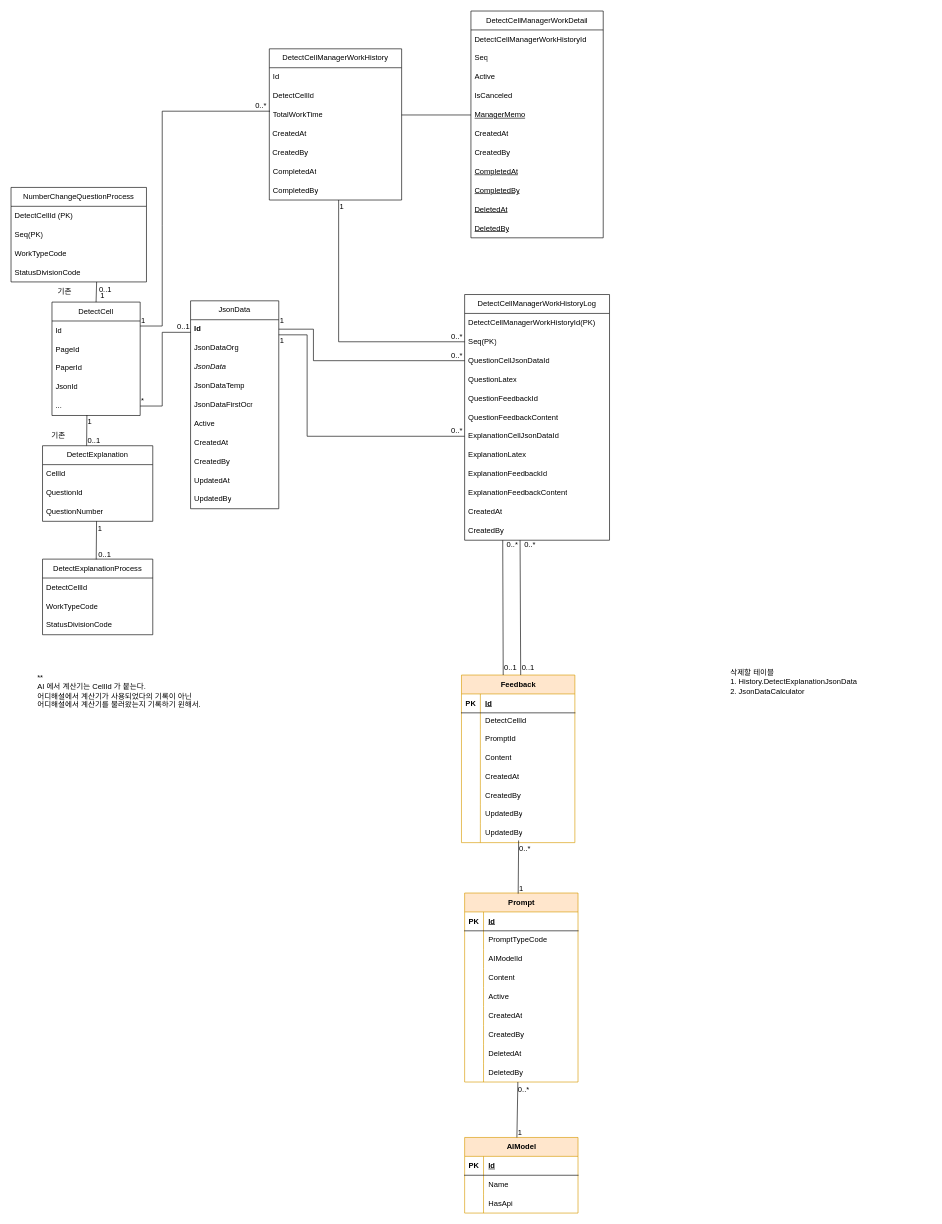
Earlier version of the draw.io diagram 해설계산기.drawio (hyeonzx/Explanation_Calculator). Source tidied: cells renumbered, new cells numbered last; positions are measured from the earlier drawing's top-left corner, leaving out a move shared by most shapes. Both pictures are drawn from the tidied source at 63%, with x=0, y=0 at pixel (11, 11).
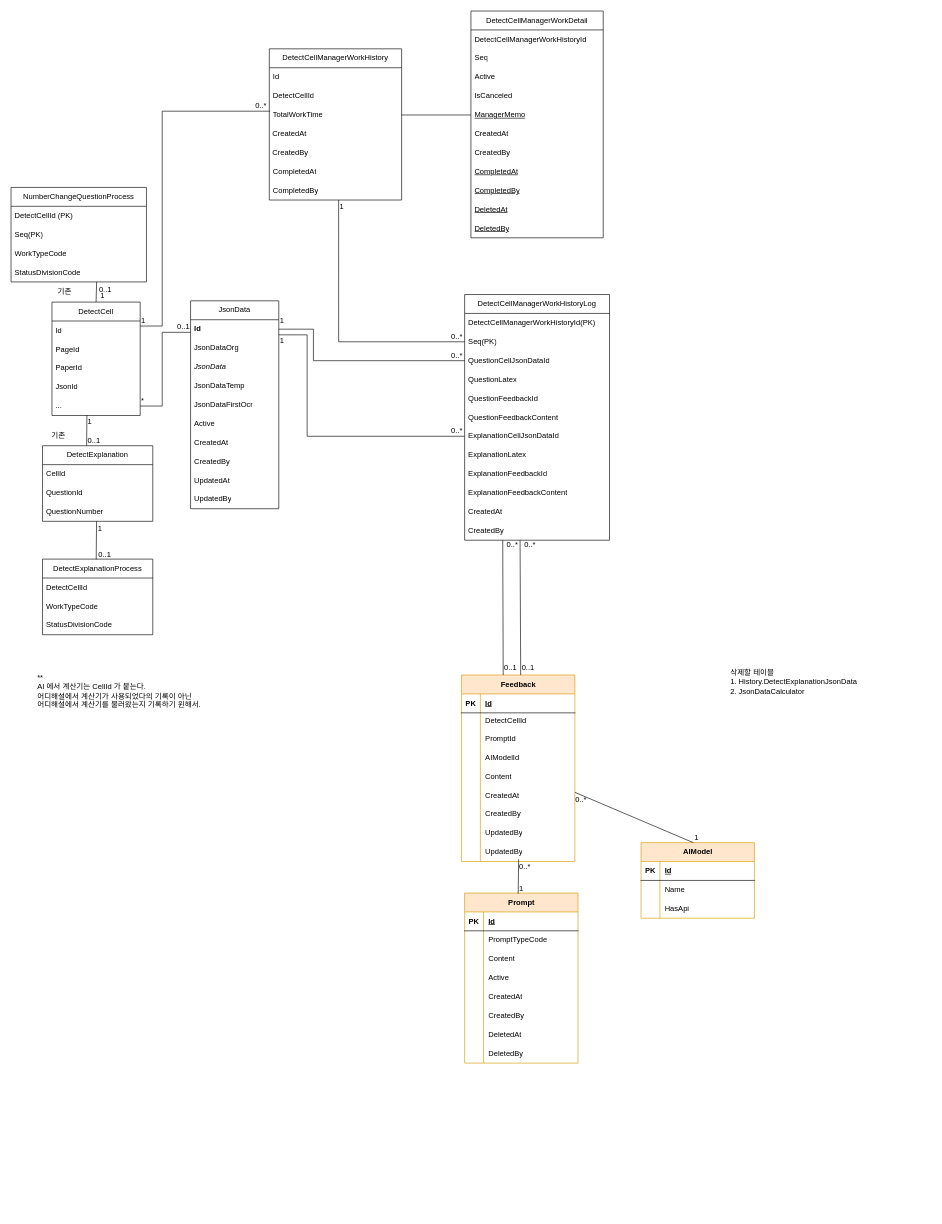
Above is the later version.

Commit message:
해설계산기.drawio 업데이트

Diff of the diagram source:
```diff
@@
     <mxCell id="77" value="Feedback" style="shape=table;startSize=30;childLayout=tableLayout;rowLines=0;fontStyle=1;align=center;html=1;fillColor=#ffe6cc;strokeColor=#d79b00;" parent="1" vertex="1">
-      <mxGeometry x="715" y="1054" width="180" height="266" as="geometry" />
+      <mxGeometry x="715" y="1054" width="180" height="296" as="geometry" />
     </mxCell>
@@
+    <mxCell id="169" style="shape=tableRow;horizontal=0;startSize=0;swimlaneHead=0;swimlaneBody=0;fillColor=none;top=0;left=0;right=0;bottom=0;" parent="77" vertex="1">
+      <mxGeometry y="116" width="180" height="30" as="geometry" />
+    </mxCell>
+    <mxCell id="110" style="shape=partialRectangle;fillColor=none;top=0;left=0;bottom=0;right=0;overflow=hidden;whiteSpace=wrap;html=1;" parent="169" vertex="1">
+      <mxGeometry width="30" height="30" as="geometry" />
+    </mxCell>
+    <mxCell id="111" value="AIModelId" style="shape=partialRectangle;fillColor=none;top=0;left=0;bottom=0;right=0;align=left;spacingLeft=6;overflow=hidden;whiteSpace=wrap;html=1;" parent="169" vertex="1">
+      <mxGeometry x="30" width="150" height="30" as="geometry" />
+    </mxCell>
     <mxCell id="87" style="shape=tableRow;horizontal=0;startSize=0;swimlaneHead=0;swimlaneBody=0;fillColor=none;top=0;left=0;right=0;bottom=0;" parent="77" vertex="1">
-      <mxGeometry y="116" width="180" height="30" as="geometry" />
+      <mxGeometry y="146" width="180" height="30" as="geometry" />
     </mxCell>
@@
     <mxCell id="90" style="shape=tableRow;horizontal=0;startSize=0;swimlaneHead=0;swimlaneBody=0;fillColor=none;top=0;left=0;right=0;bottom=0;" parent="77" vertex="1">
-      <mxGeometry y="146" width="180" height="30" as="geometry" />
+      <mxGeometry y="176" width="180" height="30" as="geometry" />
     </mxCell>
@@
     <mxCell id="93" style="shape=tableRow;horizontal=0;startSize=0;swimlaneHead=0;swimlaneBody=0;fillColor=none;top=0;left=0;right=0;bottom=0;" parent="77" vertex="1">
-      <mxGeometry y="176" width="180" height="30" as="geometry" />
+      <mxGeometry y="206" width="180" height="30" as="geometry" />
     </mxCell>
@@
     <mxCell id="96" style="shape=tableRow;horizontal=0;startSize=0;swimlaneHead=0;swimlaneBody=0;fillColor=none;top=0;left=0;right=0;bottom=0;" parent="77" vertex="1">
-      <mxGeometry y="206" width="180" height="30" as="geometry" />
+      <mxGeometry y="236" width="180" height="30" as="geometry" />
     </mxCell>
@@
     <mxCell id="99" style="shape=tableRow;horizontal=0;startSize=0;swimlaneHead=0;swimlaneBody=0;fillColor=none;points=[[0,0.5],[1,0.5]];portConstraint=eastwest;top=0;left=0;right=0;bottom=0;" parent="77" vertex="1">
-      <mxGeometry y="236" width="180" height="30" as="geometry" />
+      <mxGeometry y="266" width="180" height="30" as="geometry" />
     </mxCell>
@@
     <mxCell id="102" value="Prompt" style="shape=table;startSize=30;childLayout=tableLayout;rowLines=0;fontStyle=1;align=center;html=1;fillColor=#ffe6cc;strokeColor=#d79b00;" parent="1" vertex="1">
-      <mxGeometry x="720" y="1400" width="180" height="300" as="geometry" />
+      <mxGeometry x="720" y="1400" width="180" height="270" as="geometry" />
     </mxCell>
@@
-    <mxCell id="109" style="shape=tableRow;horizontal=0;startSize=0;swimlaneHead=0;swimlaneBody=0;fillColor=none;top=0;left=0;right=0;bottom=0;" parent="102" vertex="1">
-      <mxGeometry y="90" width="180" height="30" as="geometry" />
-    </mxCell>
-    <mxCell id="110" style="shape=partialRectangle;fillColor=none;top=0;left=0;bottom=0;right=0;overflow=hidden;whiteSpace=wrap;html=1;" parent="109" vertex="1">
-      <mxGeometry width="30" height="30" as="geometry" />
-    </mxCell>
-    <mxCell id="111" value="AIModelId" style="shape=partialRectangle;fillColor=none;top=0;left=0;bottom=0;right=0;align=left;spacingLeft=6;overflow=hidden;whiteSpace=wrap;html=1;" parent="109" vertex="1">
-      <mxGeometry x="30" width="150" height="30" as="geometry" />
-    </mxCell>
     <mxCell id="112" style="shape=tableRow;horizontal=0;startSize=0;swimlaneHead=0;swimlaneBody=0;fillColor=none;top=0;left=0;right=0;bottom=0;" parent="102" vertex="1">
-      <mxGeometry y="120" width="180" height="30" as="geometry" />
+      <mxGeometry y="90" width="180" height="30" as="geometry" />
     </mxCell>
@@
     <mxCell id="115" style="shape=tableRow;horizontal=0;startSize=0;swimlaneHead=0;swimlaneBody=0;fillColor=none;top=0;left=0;right=0;bottom=0;" parent="102" vertex="1">
-      <mxGeometry y="150" width="180" height="30" as="geometry" />
+      <mxGeometry y="120" width="180" height="30" as="geometry" />
     </mxCell>
@@
     <mxCell id="118" style="shape=tableRow;horizontal=0;startSize=0;swimlaneHead=0;swimlaneBody=0;fillColor=none;top=0;left=0;right=0;bottom=0;" parent="102" vertex="1">
-      <mxGeometry y="180" width="180" height="30" as="geometry" />
+      <mxGeometry y="150" width="180" height="30" as="geometry" />
     </mxCell>
@@
     <mxCell id="121" style="shape=tableRow;horizontal=0;startSize=0;swimlaneHead=0;swimlaneBody=0;fillColor=none;top=0;left=0;right=0;bottom=0;" parent="102" vertex="1">
-      <mxGeometry y="210" width="180" height="30" as="geometry" />
+      <mxGeometry y="180" width="180" height="30" as="geometry" />
     </mxCell>
@@
     <mxCell id="124" style="shape=tableRow;horizontal=0;startSize=0;swimlaneHead=0;swimlaneBody=0;fillColor=none;top=0;left=0;right=0;bottom=0;" parent="102" vertex="1">
-      <mxGeometry y="240" width="180" height="30" as="geometry" />
+      <mxGeometry y="210" width="180" height="30" as="geometry" />
     </mxCell>
@@
     <mxCell id="127" style="shape=tableRow;horizontal=0;startSize=0;swimlaneHead=0;swimlaneBody=0;fillColor=none;top=0;left=0;right=0;bottom=0;" parent="102" vertex="1">
-      <mxGeometry y="270" width="180" height="30" as="geometry" />
+      <mxGeometry y="240" width="180" height="30" as="geometry" />
     </mxCell>
@@
     <mxCell id="133" value="AIModel" style="shape=table;startSize=30;childLayout=tableLayout;rowLines=0;fontStyle=1;align=center;html=1;fillColor=#ffe6cc;strokeColor=#d79b00;" parent="1" vertex="1">
-      <mxGeometry x="720" y="1788" width="180" height="120" as="geometry" />
+      <mxGeometry x="1000" y="1320" width="180" height="120" as="geometry" />
     </mxCell>
@@
-    <mxCell id="143" style="endArrow=none;html=1;rounded=0;exitX=0.461;exitY=0;exitDx=0;exitDy=0;entryX=0.5;entryY=0.976;entryDx=0;entryDy=0;entryPerimeter=0;exitPerimeter=0;" parent="1" edge="1" source="133">
-      <mxGeometry relative="1" as="geometry">
-        <mxPoint x="804.5" y="1700" as="targetPoint" />
-      </mxGeometry>
+    <mxCell id="143" style="endArrow=none;html=1;rounded=0;exitX=0.461;exitY=0;exitDx=0;exitDy=0;exitPerimeter=0;" parent="1" edge="1" source="133" target="77">
+      <mxGeometry relative="1" as="geometry" />
     </mxCell>
```
